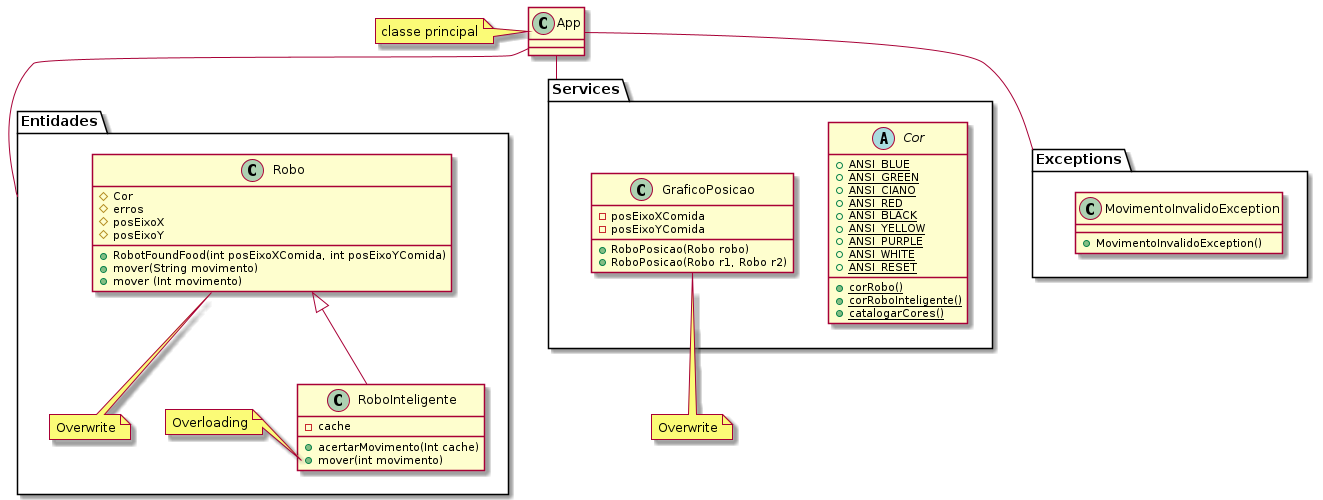
Dutra-fran/OOP-Project-01 keeps this PlantUML diagram as 'Diagram'.png. Above is the earlier version. Its diagram source:
```plantuml
@startuml 'Diagram'

namespace Entidades {
    class Robo {
        # Cor
        # erros
        # posEixoX
        # posEixoY
        + RobotFoundFood(int posEixoXComida, int posEixoYComida)
        + mover(String movimento)
        + mover (Int movimento)


    }
    note bottom: Overwrite
    Robo <|-- RoboInteligente

    class RoboInteligente{
        - cache
        + acertarMovimento(Int cache)
        + mover(int movimento)
    }
    note left of RoboInteligente::mover
    Overloading
    end note
}

namespace Services {
    abstract class Cor{
        {static}+ANSI_BLUE
        {static}+ANSI_GREEN
        {static}+ANSI_CIANO
        {static}+ANSI_RED
        {static}+ANSI_BLACK
        {static}+ANSI_YELLOW
        {static}+ANSI_PURPLE
        {static}+ANSI_WHITE
        {static}+ANSI_RESET
        {static}+corRobo()
        {static}+corRoboInteligente()
        {static}+catalogarCores()
    }
    class GraficoPosicao{
        - posEixoXComida
        - posEixoYComida
        + RoboPosicao(Robo robo)
        + RoboPosicao(Robo r1, Robo r2)
    }
}
    note bottom: Overwrite

namespace Exceptions{

    class MovimentoInvalidoException{
    + MovimentoInvalidoException()
    }
}

class App
    note left: classe principal

App--Entidades
App--Exceptions
App--Services


@enduml
```
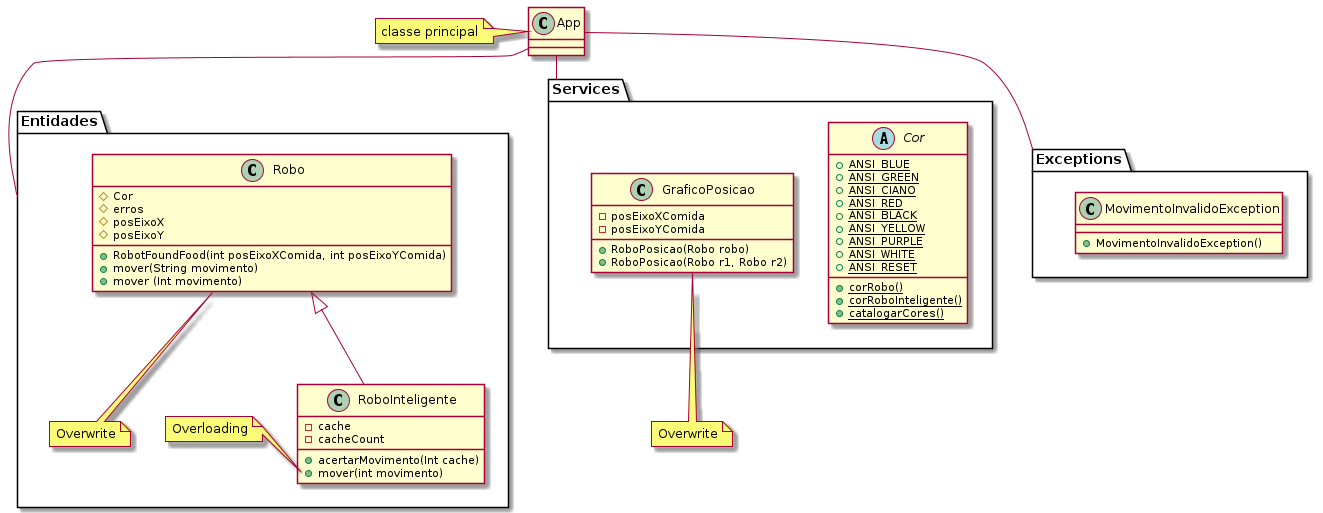
Later version of the same file.

What changed in the source:
```diff
@@ -17,6 +17,7 @@
 
     class RoboInteligente{
         - cache
+        - cacheCount
         + acertarMovimento(Int cache)
         + mover(int movimento)
     }
```
